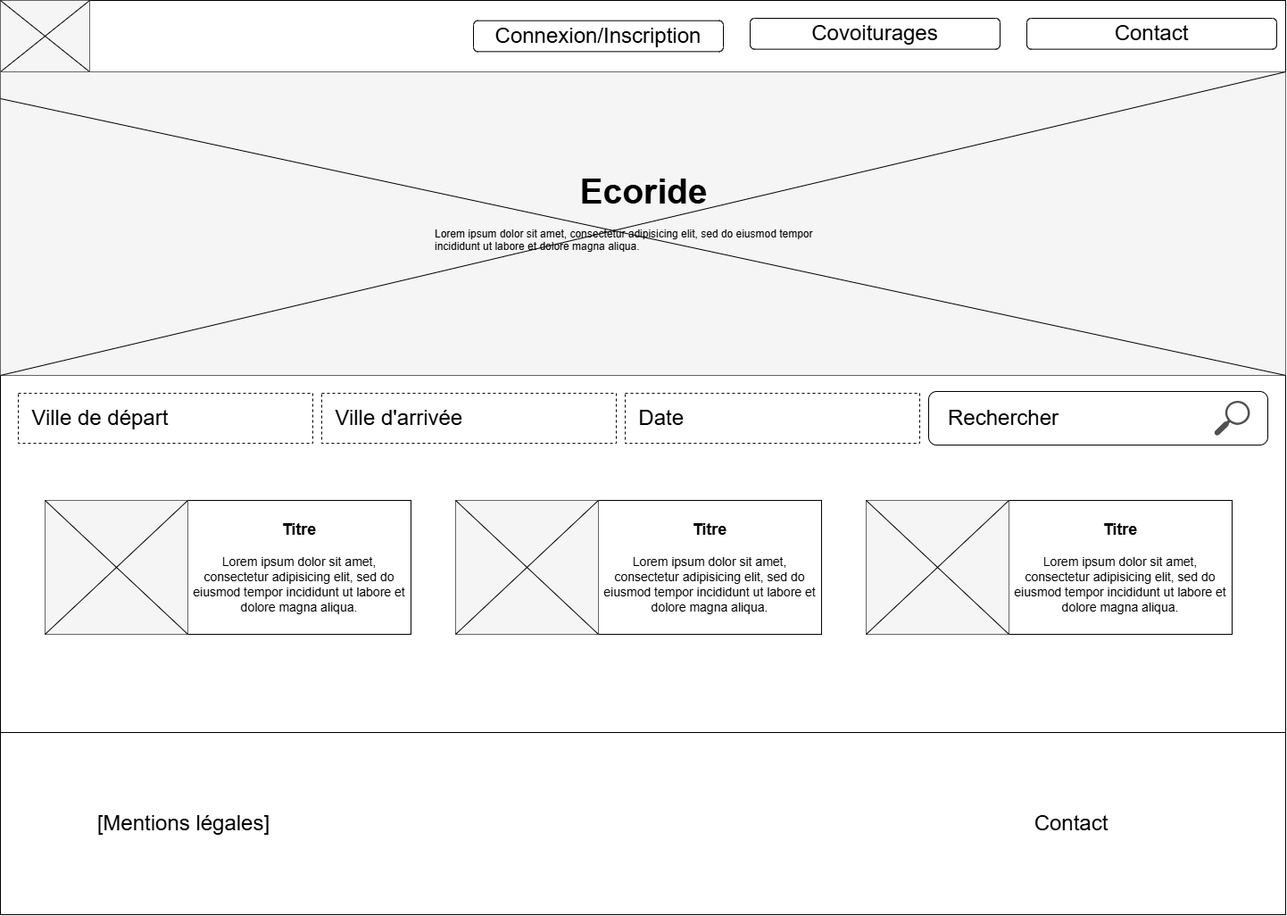
The draw.io diagram Maquettes/Accueil desktop wireframe.drawio.png in cmdelamotte/Ecoride, before a commit. Source tidied: cells renumbered, new cells last; positions are measured from the earlier drawing's top-left corner, leaving out a move shared by most shapes.
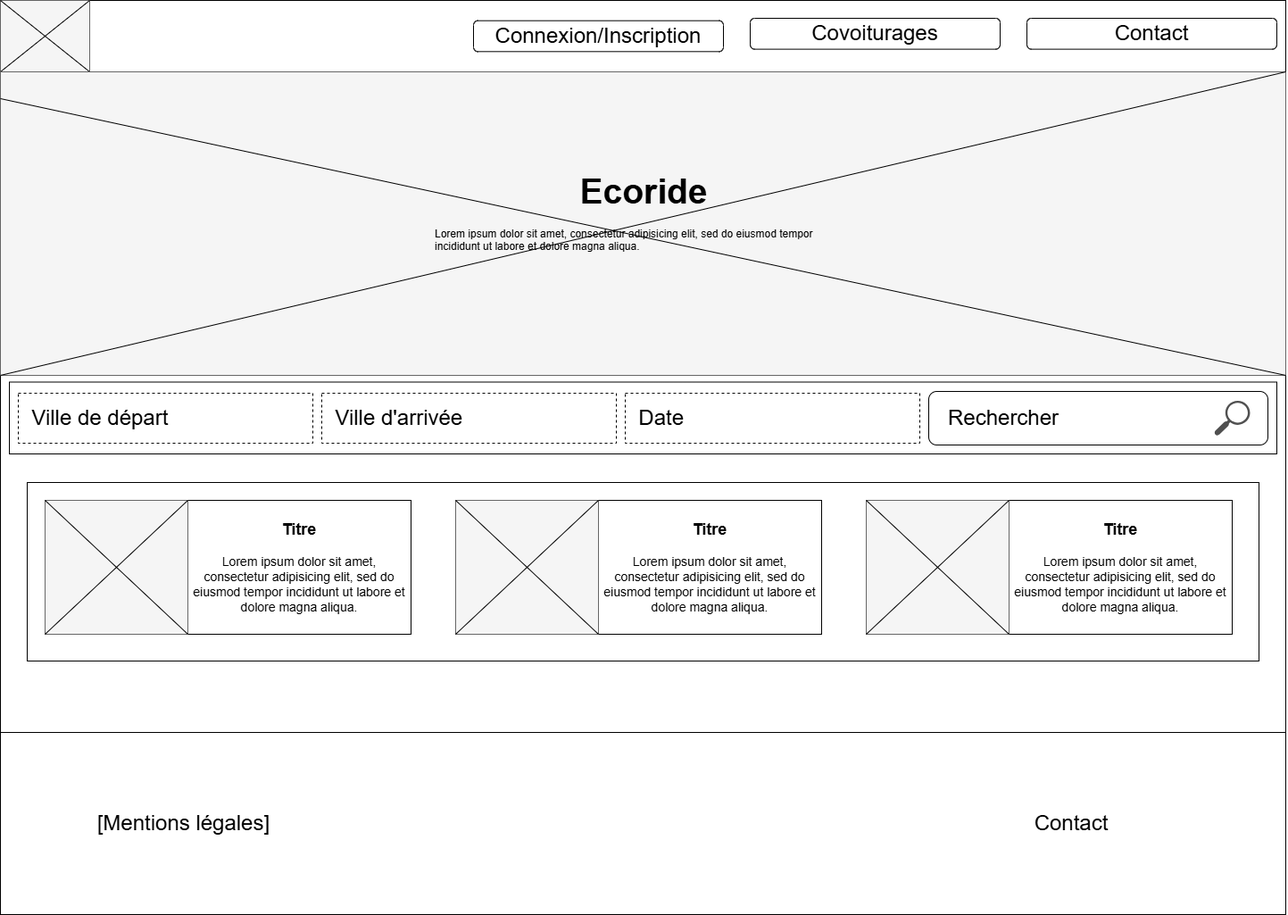
Above is the later version.

Commit message:
MàJ des wireframes desktop + ajout du dernier

What changed in the source:
```diff
@@ -44,76 +44,82 @@
       <mxGeometry x="485" y="185" width="470" height="130" as="geometry" />
     </mxCell>
     <mxCell id="15" style="group;" parent="1" vertex="1">
-      <mxGeometry x="50" y="560" width="410" height="150" as="geometry" />
+      <mxGeometry x="50" y="560" width="1360" height="180" as="geometry" />
     </mxCell>
-    <mxCell id="16" value="&lt;font style=&quot;&quot;&gt;&lt;font style=&quot;font-size: 18px;&quot;&gt;&lt;b&gt;Titre&lt;/b&gt;&lt;/font&gt;&lt;br&gt;&lt;span style=&quot;font-size: 14px; text-align: left;&quot;&gt;&lt;br&gt;&lt;/span&gt;&lt;/font&gt;&lt;div&gt;&lt;font style=&quot;&quot;&gt;&lt;span style=&quot;font-size: 14px; text-align: left;&quot;&gt;Lorem ipsum dolor sit amet, consectetur adipisicing elit, sed do eiusmod tempor incididunt ut labore et dolore magna aliqua.&lt;/span&gt;&lt;/font&gt;&lt;/div&gt;" style="rounded=0;whiteSpace=wrap;html=1;" parent="15" vertex="1">
-      <mxGeometry x="160" width="250" height="150" as="geometry" />
+    <mxCell id="16" style="rounded=0;whiteSpace=wrap;html=1;" parent="15" vertex="1">
+      <mxGeometry x="-20" y="-20" width="1380" height="200" as="geometry" />
     </mxCell>
-    <mxCell id="17" style="rounded=0;whiteSpace=wrap;html=1;fillColor=#f5f5f5;fontColor=#333333;strokeColor=#666666;" parent="15" vertex="1">
-      <mxGeometry width="160" height="150" as="geometry" />
+    <mxCell id="17" value="&lt;font style=&quot;&quot;&gt;&lt;font style=&quot;font-size: 18px;&quot;&gt;&lt;b&gt;Titre&lt;/b&gt;&lt;/font&gt;&lt;br&gt;&lt;span style=&quot;font-size: 14px; text-align: left;&quot;&gt;&lt;br&gt;&lt;/span&gt;&lt;/font&gt;&lt;div&gt;&lt;font style=&quot;&quot;&gt;&lt;span style=&quot;font-size: 14px; text-align: left;&quot;&gt;Lorem ipsum dolor sit amet, consectetur adipisicing elit, sed do eiusmod tempor incididunt ut labore et dolore magna aliqua.&lt;/span&gt;&lt;/font&gt;&lt;/div&gt;" style="rounded=0;whiteSpace=wrap;html=1;" parent="15" vertex="1">
+      <mxGeometry x="160" width="250" height="150" as="geometry" />
     </mxCell>
-    <mxCell id="18" style="endArrow=none;html=1;rounded=0;exitX=0;exitY=1;exitDx=0;exitDy=0;entryX=1;entryY=0;entryDx=0;entryDy=0;" parent="15" edge="1" source="17" target="17">
-      <mxGeometry relative="1" as="geometry" />
+    <mxCell id="18" style="rounded=0;whiteSpace=wrap;html=1;fillColor=#f5f5f5;fontColor=#333333;strokeColor=#666666;" parent="15" vertex="1">
+      <mxGeometry width="160" height="150" as="geometry" />
     </mxCell>
-    <mxCell id="19" style="endArrow=none;html=1;rounded=0;exitX=0;exitY=0;exitDx=0;exitDy=0;entryX=1;entryY=1;entryDx=0;entryDy=0;" parent="15" edge="1" source="17" target="17">
+    <mxCell id="19" style="endArrow=none;html=1;rounded=0;exitX=0;exitY=1;exitDx=0;exitDy=0;entryX=1;entryY=0;entryDx=0;entryDy=0;" parent="15" edge="1" source="18" target="18">
       <mxGeometry relative="1" as="geometry" />
     </mxCell>
-    <mxCell id="20" style="group;" parent="1" vertex="1">
-      <mxGeometry x="510" y="560" width="410" height="150" as="geometry" />
+    <mxCell id="20" style="endArrow=none;html=1;rounded=0;exitX=0;exitY=0;exitDx=0;exitDy=0;entryX=1;entryY=1;entryDx=0;entryDy=0;" parent="15" edge="1" source="18" target="18">
+      <mxGeometry relative="1" as="geometry" />
     </mxCell>
-    <mxCell id="21" value="&lt;font style=&quot;&quot;&gt;&lt;font style=&quot;font-size: 18px;&quot;&gt;&lt;b&gt;Titre&lt;/b&gt;&lt;/font&gt;&lt;br&gt;&lt;span style=&quot;font-size: 14px; text-align: left;&quot;&gt;&lt;br&gt;&lt;/span&gt;&lt;/font&gt;&lt;div&gt;&lt;font style=&quot;&quot;&gt;&lt;span style=&quot;font-size: 14px; text-align: left;&quot;&gt;Lorem ipsum dolor sit amet, consectetur adipisicing elit, sed do eiusmod tempor incididunt ut labore et dolore magna aliqua.&lt;/span&gt;&lt;/font&gt;&lt;/div&gt;" style="rounded=0;whiteSpace=wrap;html=1;" parent="20" vertex="1">
-      <mxGeometry x="160" width="250" height="150" as="geometry" />
+    <mxCell id="21" style="group;" parent="1" vertex="1">
+      <mxGeometry x="510" y="560" width="410" height="150" as="geometry" />
     </mxCell>
-    <mxCell id="22" style="rounded=0;whiteSpace=wrap;html=1;fillColor=#f5f5f5;fontColor=#333333;strokeColor=#666666;" parent="20" vertex="1">
-      <mxGeometry width="160" height="150" as="geometry" />
+    <mxCell id="22" value="&lt;font style=&quot;&quot;&gt;&lt;font style=&quot;font-size: 18px;&quot;&gt;&lt;b&gt;Titre&lt;/b&gt;&lt;/font&gt;&lt;br&gt;&lt;span style=&quot;font-size: 14px; text-align: left;&quot;&gt;&lt;br&gt;&lt;/span&gt;&lt;/font&gt;&lt;div&gt;&lt;font style=&quot;&quot;&gt;&lt;span style=&quot;font-size: 14px; text-align: left;&quot;&gt;Lorem ipsum dolor sit amet, consectetur adipisicing elit, sed do eiusmod tempor incididunt ut labore et dolore magna aliqua.&lt;/span&gt;&lt;/font&gt;&lt;/div&gt;" style="rounded=0;whiteSpace=wrap;html=1;" parent="21" vertex="1">
+      <mxGeometry x="160" width="250" height="150" as="geometry" />
     </mxCell>
-    <mxCell id="23" style="endArrow=none;html=1;rounded=0;exitX=0;exitY=1;exitDx=0;exitDy=0;entryX=1;entryY=0;entryDx=0;entryDy=0;" parent="20" edge="1" source="22" target="22">
-      <mxGeometry relative="1" as="geometry" />
+    <mxCell id="23" style="rounded=0;whiteSpace=wrap;html=1;fillColor=#f5f5f5;fontColor=#333333;strokeColor=#666666;" parent="21" vertex="1">
+      <mxGeometry width="160" height="150" as="geometry" />
     </mxCell>
-    <mxCell id="24" style="endArrow=none;html=1;rounded=0;exitX=0;exitY=0;exitDx=0;exitDy=0;entryX=1;entryY=1;entryDx=0;entryDy=0;" parent="20" edge="1" source="22" target="22">
+    <mxCell id="24" style="endArrow=none;html=1;rounded=0;exitX=0;exitY=1;exitDx=0;exitDy=0;entryX=1;entryY=0;entryDx=0;entryDy=0;" parent="21" edge="1" source="23" target="23">
       <mxGeometry relative="1" as="geometry" />
     </mxCell>
-    <mxCell id="25" style="group;" parent="1" vertex="1">
-      <mxGeometry x="970" y="560" width="410" height="150" as="geometry" />
+    <mxCell id="25" style="endArrow=none;html=1;rounded=0;exitX=0;exitY=0;exitDx=0;exitDy=0;entryX=1;entryY=1;entryDx=0;entryDy=0;" parent="21" edge="1" source="23" target="23">
+      <mxGeometry relative="1" as="geometry" />
     </mxCell>
-    <mxCell id="26" value="&lt;font style=&quot;&quot;&gt;&lt;font style=&quot;font-size: 18px;&quot;&gt;&lt;b&gt;Titre&lt;/b&gt;&lt;/font&gt;&lt;br&gt;&lt;span style=&quot;font-size: 14px; text-align: left;&quot;&gt;&lt;br&gt;&lt;/span&gt;&lt;/font&gt;&lt;div&gt;&lt;font style=&quot;&quot;&gt;&lt;span style=&quot;font-size: 14px; text-align: left;&quot;&gt;Lorem ipsum dolor sit amet, consectetur adipisicing elit, sed do eiusmod tempor incididunt ut labore et dolore magna aliqua.&lt;/span&gt;&lt;/font&gt;&lt;/div&gt;" style="rounded=0;whiteSpace=wrap;html=1;" parent="25" vertex="1">
-      <mxGeometry x="160" width="250" height="150" as="geometry" />
+    <mxCell id="26" style="group;" parent="1" vertex="1">
+      <mxGeometry x="970" y="560" width="410" height="150" as="geometry" />
     </mxCell>
-    <mxCell id="27" style="rounded=0;whiteSpace=wrap;html=1;fillColor=#f5f5f5;fontColor=#333333;strokeColor=#666666;" parent="25" vertex="1">
-      <mxGeometry width="160" height="150" as="geometry" />
+    <mxCell id="27" value="&lt;font style=&quot;&quot;&gt;&lt;font style=&quot;font-size: 18px;&quot;&gt;&lt;b&gt;Titre&lt;/b&gt;&lt;/font&gt;&lt;br&gt;&lt;span style=&quot;font-size: 14px; text-align: left;&quot;&gt;&lt;br&gt;&lt;/span&gt;&lt;/font&gt;&lt;div&gt;&lt;font style=&quot;&quot;&gt;&lt;span style=&quot;font-size: 14px; text-align: left;&quot;&gt;Lorem ipsum dolor sit amet, consectetur adipisicing elit, sed do eiusmod tempor incididunt ut labore et dolore magna aliqua.&lt;/span&gt;&lt;/font&gt;&lt;/div&gt;" style="rounded=0;whiteSpace=wrap;html=1;" parent="26" vertex="1">
+      <mxGeometry x="160" width="250" height="150" as="geometry" />
     </mxCell>
-    <mxCell id="28" style="endArrow=none;html=1;rounded=0;exitX=0;exitY=1;exitDx=0;exitDy=0;entryX=1;entryY=0;entryDx=0;entryDy=0;" parent="25" edge="1" source="27" target="27">
-      <mxGeometry relative="1" as="geometry" />
+    <mxCell id="28" style="rounded=0;whiteSpace=wrap;html=1;fillColor=#f5f5f5;fontColor=#333333;strokeColor=#666666;" parent="26" vertex="1">
+      <mxGeometry width="160" height="150" as="geometry" />
     </mxCell>
-    <mxCell id="29" style="endArrow=none;html=1;rounded=0;exitX=0;exitY=0;exitDx=0;exitDy=0;entryX=1;entryY=1;entryDx=0;entryDy=0;" parent="25" edge="1" source="27" target="27">
+    <mxCell id="29" style="endArrow=none;html=1;rounded=0;exitX=0;exitY=1;exitDx=0;exitDy=0;entryX=1;entryY=0;entryDx=0;entryDy=0;" parent="26" edge="1" source="28" target="28">
       <mxGeometry relative="1" as="geometry" />
     </mxCell>
-    <mxCell id="30" style="group;" parent="1" vertex="1">
-      <mxGeometry y="820" width="1440" height="204" as="geometry" />
+    <mxCell id="30" style="endArrow=none;html=1;rounded=0;exitX=0;exitY=0;exitDx=0;exitDy=0;entryX=1;entryY=1;entryDx=0;entryDy=0;" parent="26" edge="1" source="28" target="28">
+      <mxGeometry relative="1" as="geometry" />
     </mxCell>
-    <mxCell id="31" value="&lt;font style=&quot;font-size: 24px;&quot;&gt;&lt;span style=&quot;white-space: pre;&quot;&gt;&#9;&lt;/span&gt;&lt;span style=&quot;white-space: pre;&quot;&gt;&#9;&lt;/span&gt;[Mentions légales]&lt;/font&gt;" style="rounded=0;whiteSpace=wrap;html=1;align=left;" parent="30" vertex="1">
-      <mxGeometry width="1440" height="204" as="geometry" />
+    <mxCell id="31" style="group;" parent="1" vertex="1">
+      <mxGeometry y="820" width="1440" height="204" as="geometry" />
     </mxCell>
-    <mxCell id="32" value="&lt;font style=&quot;font-size: 24px;&quot;&gt;Contact&lt;/font&gt;" style="text;html=1;align=center;verticalAlign=middle;whiteSpace=wrap;rounded=0;" parent="30" vertex="1">
-      <mxGeometry x="1170" y="87" width="60" height="30" as="geometry" />
+    <mxCell id="32" value="&lt;font style=&quot;font-size: 24px;&quot;&gt;&lt;span style=&quot;white-space: pre;&quot;&gt;&#9;&lt;/span&gt;&lt;span style=&quot;white-space: pre;&quot;&gt;&#9;&lt;/span&gt;[Mentions légales]&lt;/font&gt;" style="rounded=0;whiteSpace=wrap;html=1;align=left;" parent="31" vertex="1">
+      <mxGeometry width="1440" height="204" as="geometry" />
     </mxCell>
-    <mxCell id="33" style="group;" parent="1" vertex="1">
-      <mxGeometry x="20" y="438" width="1400" height="60" as="geometry" />
+    <mxCell id="33" value="&lt;font style=&quot;font-size: 24px;&quot;&gt;Contact&lt;/font&gt;" style="text;html=1;align=center;verticalAlign=middle;whiteSpace=wrap;rounded=0;" parent="31" vertex="1">
+      <mxGeometry x="1170" y="87" width="60" height="30" as="geometry" />
     </mxCell>
-    <mxCell id="34" value="&lt;font style=&quot;font-size: 24px;&quot;&gt;&amp;nbsp; Ville de départ&lt;/font&gt;" style="rounded=0;whiteSpace=wrap;html=1;dashed=1;align=left;" parent="33" vertex="1">
-      <mxGeometry y="2" width="330" height="56" as="geometry" />
+    <mxCell id="34" style="group;" parent="1" vertex="1">
+      <mxGeometry x="20" y="438" width="1410" height="70" as="geometry" />
     </mxCell>
-    <mxCell id="35" value="&lt;font style=&quot;font-size: 24px;&quot;&gt;&amp;nbsp; Ville d'arrivée&lt;/font&gt;" style="rounded=0;whiteSpace=wrap;html=1;dashed=1;align=left;" parent="33" vertex="1">
-      <mxGeometry x="340" y="2" width="330" height="56" as="geometry" />
+    <mxCell id="35" style="rounded=0;whiteSpace=wrap;html=1;" parent="34" vertex="1">
+      <mxGeometry x="-10" y="-10.5" width="1420" height="80.5" as="geometry" />
     </mxCell>
-    <mxCell id="36" value="&lt;span style=&quot;font-size: 24px;&quot;&gt;&amp;nbsp; Date&lt;/span&gt;" style="rounded=0;whiteSpace=wrap;html=1;dashed=1;align=left;" parent="33" vertex="1">
-      <mxGeometry x="680" y="2" width="330" height="56" as="geometry" />
+    <mxCell id="36" value="&lt;font style=&quot;font-size: 24px;&quot;&gt;&amp;nbsp; Ville de départ&lt;/font&gt;" style="rounded=0;whiteSpace=wrap;html=1;dashed=1;align=left;" parent="34" vertex="1">
+      <mxGeometry y="2" width="330" height="56" as="geometry" />
     </mxCell>
-    <mxCell id="37" value="&lt;font style=&quot;font-size: 24px;&quot;&gt;&amp;nbsp; &amp;nbsp;Rechercher&lt;/font&gt;" style="rounded=1;whiteSpace=wrap;html=1;align=left;" parent="33" vertex="1">
-      <mxGeometry x="1020" width="380" height="60" as="geometry" />
+    <mxCell id="37" value="&lt;font style=&quot;font-size: 24px;&quot;&gt;&amp;nbsp; Ville d'arrivée&lt;/font&gt;" style="rounded=0;whiteSpace=wrap;html=1;dashed=1;align=left;" parent="34" vertex="1">
+      <mxGeometry x="340" y="2" width="330" height="56" as="geometry" />
     </mxCell>
-    <mxCell id="38" style="sketch=0;shadow=0;dashed=0;html=1;strokeColor=none;fillColor=#505050;labelPosition=center;verticalLabelPosition=bottom;verticalAlign=top;align=center;shape=mxgraph.office.concepts.search;" parent="33" vertex="1">
-      <mxGeometry x="1340" y="10.5" width="40" height="39" as="geometry" />
+    <mxCell id="38" value="&lt;span style=&quot;font-size: 24px;&quot;&gt;&amp;nbsp; Date&lt;/span&gt;" style="rounded=0;whiteSpace=wrap;html=1;dashed=1;align=left;" parent="34" vertex="1">
+      <mxGeometry x="680" y="2" width="330" height="56" as="geometry" />
     </mxCell>
+    <mxCell id="39" value="&lt;font style=&quot;font-size: 24px;&quot;&gt;&amp;nbsp; &amp;nbsp;Rechercher&lt;/font&gt;" style="rounded=1;whiteSpace=wrap;html=1;align=left;" parent="34" vertex="1">
+      <mxGeometry x="1020" width="380" height="60" as="geometry" />
+    </mxCell>
+    <mxCell id="40" style="sketch=0;shadow=0;dashed=0;html=1;strokeColor=none;fillColor=#505050;labelPosition=center;verticalLabelPosition=bottom;verticalAlign=top;align=center;shape=mxgraph.office.concepts.search;" parent="34" vertex="1">
+      <mxGeometry x="1340" y="10.5" width="40" height="39" as="geometry" />
+    </mxCell>
   </root>
 </mxGraphModel>
```
